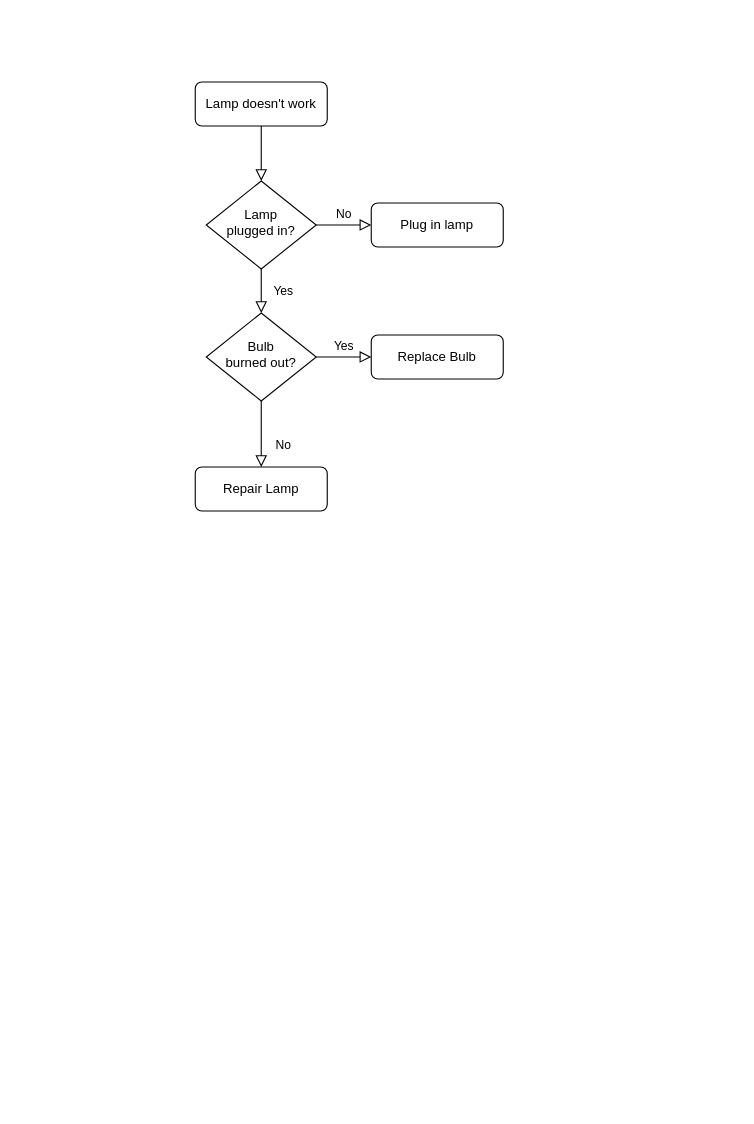
Before: Untitled Diagram.drawio in gianniskok/agricultural-sc, a draw.io diagram. Source tidied: cells renumbered, new cells numbered last; positions are measured from the earlier drawing's top-left corner, leaving out a move shared by most shapes. Both pictures are drawn from the tidied source at 110%, with x=0, y=0 at pixel (195, 81).
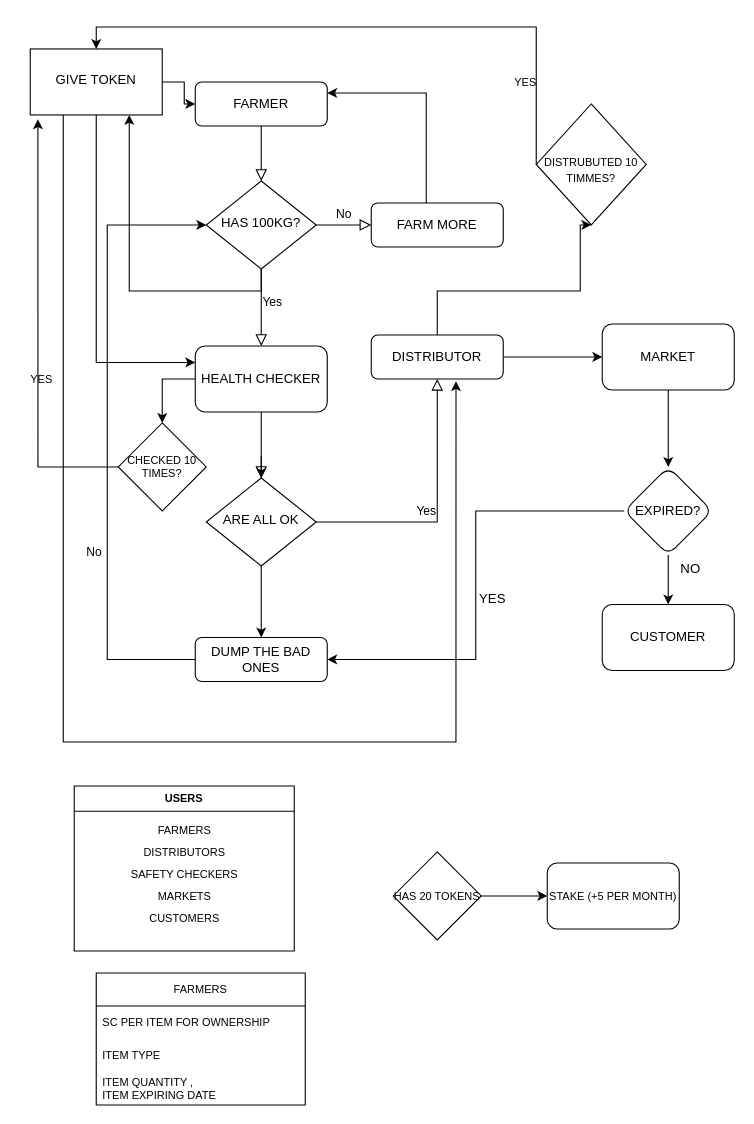
The same diagram, later.

Diff of the diagram source:
```diff
@@
-    <mxCell id="3" value="Lamp doesn't work" style="rounded=1;whiteSpace=wrap;html=1;fontSize=12;glass=0;strokeWidth=1;shadow=0;" parent="1" vertex="1">
+    <mxCell id="3" value="FARMER" style="rounded=1;whiteSpace=wrap;html=1;fontSize=12;glass=0;strokeWidth=1;shadow=0;" parent="1" vertex="1">
       <mxGeometry width="120" height="40" as="geometry" />
     </mxCell>
-    <mxCell id="4" value="Yes" style="rounded=0;html=1;jettySize=auto;fontSize=11;endArrow=block;endFill=0;endSize=8;strokeWidth=1;shadow=0;labelBackgroundColor=none;edgeStyle=orthogonalEdgeStyle;" parent="1" edge="1" source="6" target="10">
-      <mxGeometry y="20" relative="1" as="geometry" />
+    <mxCell id="4" value="Yes" style="rounded=0;html=1;jettySize=auto;fontSize=11;endArrow=block;endFill=0;endSize=8;strokeWidth=1;shadow=0;labelBackgroundColor=none;edgeStyle=orthogonalEdgeStyle;" parent="1" edge="1" source="6">
+      <mxGeometry x="-0.14" y="10" relative="1" as="geometry">
+        <mxPoint x="60" y="240" as="targetPoint" />
+        <Array as="points">
+          <mxPoint x="60" y="200" />
+          <mxPoint x="60" y="200" />
+        </Array>
+      </mxGeometry>
     </mxCell>
@@
+    <mxCell id="13" style="edgeStyle=orthogonalEdgeStyle;rounded=0;jettySize=auto;html=1;" parent="1" edge="1" source="6" target="33">
+      <mxGeometry relative="1" as="geometry">
+        <Array as="points">
+          <mxPoint x="60" y="190" />
+          <mxPoint x="-60" y="190" />
+        </Array>
+      </mxGeometry>
+    </mxCell>
-    <mxCell id="6" value="Lamp&lt;br&gt;plugged in?" style="rhombus;whiteSpace=wrap;html=1;shadow=0;fontFamily=Helvetica;fontSize=12;align=center;strokeWidth=1;spacing=6;spacingTop=-4;" parent="1" vertex="1">
+    <mxCell id="6" value="HAS 100KG?" style="rhombus;whiteSpace=wrap;html=1;shadow=0;fontFamily=Helvetica;fontSize=12;align=center;strokeWidth=1;spacing=6;spacingTop=-4;" parent="1" vertex="1">
       <mxGeometry x="10" y="90" width="100" height="80" as="geometry" />
     </mxCell>
+    <mxCell id="14" style="edgeStyle=orthogonalEdgeStyle;rounded=0;jettySize=auto;html=1;entryX=1;entryY=0.25;entryDx=0;entryDy=0;" parent="1" edge="1" source="7" target="3">
+      <mxGeometry relative="1" as="geometry">
+        <Array as="points">
+          <mxPoint x="210" y="10" />
+        </Array>
+      </mxGeometry>
+    </mxCell>
-    <mxCell id="7" value="Plug in lamp" style="rounded=1;whiteSpace=wrap;html=1;fontSize=12;glass=0;strokeWidth=1;shadow=0;" parent="1" vertex="1">
+    <mxCell id="7" value="FARM MORE" style="rounded=1;whiteSpace=wrap;html=1;fontSize=12;glass=0;strokeWidth=1;shadow=0;" parent="1" vertex="1">
       <mxGeometry x="160" y="110" width="120" height="40" as="geometry" />
     </mxCell>
-    <mxCell id="8" value="No" style="rounded=0;html=1;jettySize=auto;fontSize=11;endArrow=block;endFill=0;endSize=8;strokeWidth=1;shadow=0;labelBackgroundColor=none;edgeStyle=orthogonalEdgeStyle;" parent="1" edge="1" source="10" target="11">
-      <mxGeometry x="0.33" y="20" relative="1" as="geometry" />
+    <mxCell id="8" value="No" style="rounded=0;html=1;jettySize=auto;fontSize=11;endArrow=block;endFill=0;endSize=8;strokeWidth=1;shadow=0;labelBackgroundColor=none;edgeStyle=orthogonalEdgeStyle;" parent="1" edge="1" source="10">
+      <mxGeometry x="0.5" y="-81" relative="1" as="geometry">
+        <mxPoint x="60" y="360" as="targetPoint" />
+        <mxPoint x="-71" y="80" as="offset" />
+      </mxGeometry>
     </mxCell>
@@
+    <mxCell id="15" style="edgeStyle=orthogonalEdgeStyle;rounded=0;jettySize=auto;html=1;entryX=0.5;entryY=0;entryDx=0;entryDy=0;" parent="1" edge="1" source="10" target="11">
+      <mxGeometry relative="1" as="geometry" />
+    </mxCell>
-    <mxCell id="10" value="Bulb&lt;br&gt;burned out?" style="rhombus;whiteSpace=wrap;html=1;shadow=0;fontFamily=Helvetica;fontSize=12;align=center;strokeWidth=1;spacing=6;spacingTop=-4;" parent="1" vertex="1">
-      <mxGeometry x="10" y="210" width="100" height="80" as="geometry" />
+    <mxCell id="10" value="ARE ALL OK" style="rhombus;whiteSpace=wrap;html=1;shadow=0;fontFamily=Helvetica;fontSize=12;align=center;strokeWidth=1;spacing=6;spacingTop=-4;" parent="1" vertex="1">
+      <mxGeometry x="10" y="360" width="100" height="80" as="geometry" />
     </mxCell>
+    <mxCell id="16" style="edgeStyle=orthogonalEdgeStyle;rounded=0;jettySize=auto;html=1;entryX=0;entryY=0.5;entryDx=0;entryDy=0;" parent="1" edge="1" source="11" target="6">
+      <mxGeometry relative="1" as="geometry">
+        <Array as="points">
+          <mxPoint x="-80" y="525" />
+          <mxPoint x="-80" y="130" />
+        </Array>
+      </mxGeometry>
+    </mxCell>
-    <mxCell id="11" value="Repair Lamp" style="rounded=1;whiteSpace=wrap;html=1;fontSize=12;glass=0;strokeWidth=1;shadow=0;" parent="1" vertex="1">
-      <mxGeometry y="350" width="120" height="40" as="geometry" />
+    <mxCell id="11" value="DUMP THE BAD ONES" style="rounded=1;whiteSpace=wrap;html=1;fontSize=12;glass=0;strokeWidth=1;shadow=0;" parent="1" vertex="1">
+      <mxGeometry y="505" width="120" height="40" as="geometry" />
     </mxCell>
+    <mxCell id="17" style="edgeStyle=orthogonalEdgeStyle;rounded=0;jettySize=auto;html=1;" parent="1" edge="1" source="12" target="23">
+      <mxGeometry relative="1" as="geometry" />
+    </mxCell>
+    <mxCell id="18" style="edgeStyle=orthogonalEdgeStyle;rounded=0;jettySize=auto;html=1;fontSize=10;entryX=0.5;entryY=1;entryDx=0;entryDy=0;" parent="1" edge="1" source="12" target="35">
+      <mxGeometry relative="1" as="geometry">
+        <Array as="points">
+          <mxPoint x="220" y="190" />
+          <mxPoint x="350" y="190" />
+        </Array>
+      </mxGeometry>
+    </mxCell>
-    <mxCell id="12" value="Replace Bulb" style="rounded=1;whiteSpace=wrap;html=1;fontSize=12;glass=0;strokeWidth=1;shadow=0;" parent="1" vertex="1">
+    <mxCell id="12" value="DISTRIBUTOR" style="rounded=1;whiteSpace=wrap;html=1;fontSize=12;glass=0;strokeWidth=1;shadow=0;" parent="1" vertex="1">
       <mxGeometry x="160" y="230" width="120" height="40" as="geometry" />
     </mxCell>
+    <mxCell id="19" style="edgeStyle=orthogonalEdgeStyle;rounded=0;jettySize=auto;html=1;exitX=0.5;exitY=1;exitDx=0;exitDy=0;" parent="1" edge="1" source="21">
+      <mxGeometry relative="1" as="geometry">
+        <mxPoint x="60" y="360" as="targetPoint" />
+      </mxGeometry>
+    </mxCell>
+    <mxCell id="20" style="edgeStyle=orthogonalEdgeStyle;rounded=0;jettySize=auto;html=1;exitX=0;exitY=0.5;exitDx=0;exitDy=0;entryX=0.5;entryY=0;entryDx=0;entryDy=0;fontSize=10;" parent="1" edge="1" source="21" target="38">
+      <mxGeometry relative="1" as="geometry" />
+    </mxCell>
+    <mxCell id="21" value="HEALTH CHECKER" style="rounded=1;whiteSpace=wrap;html=1;" parent="1" vertex="1">
+      <mxGeometry y="240" width="120" height="60" as="geometry" />
+    </mxCell>
+    <mxCell id="22" style="edgeStyle=orthogonalEdgeStyle;rounded=0;jettySize=auto;html=1;" parent="1" edge="1" source="23" target="27">
+      <mxGeometry relative="1" as="geometry" />
+    </mxCell>
+    <mxCell id="23" value="MARKET" style="rounded=1;whiteSpace=wrap;html=1;" parent="1" vertex="1">
+      <mxGeometry x="370" y="220" width="120" height="60" as="geometry" />
+    </mxCell>
+    <mxCell id="24" value="CUSTOMER" style="rounded=1;whiteSpace=wrap;html=1;" parent="1" vertex="1">
+      <mxGeometry x="370" y="475" width="120" height="60" as="geometry" />
+    </mxCell>
+    <mxCell id="25" style="edgeStyle=orthogonalEdgeStyle;rounded=0;jettySize=auto;html=1;" parent="1" edge="1" source="27" target="24">
+      <mxGeometry relative="1" as="geometry" />
+    </mxCell>
+    <mxCell id="26" style="edgeStyle=orthogonalEdgeStyle;rounded=0;jettySize=auto;html=1;entryX=1;entryY=0.5;entryDx=0;entryDy=0;" parent="1" edge="1" source="27" target="11">
+      <mxGeometry relative="1" as="geometry" />
+    </mxCell>
+    <mxCell id="27" value="EXPIRED?" style="rhombus;whiteSpace=wrap;html=1;rounded=1;" parent="1" vertex="1">
+      <mxGeometry x="390" y="350" width="80" height="80" as="geometry" />
+    </mxCell>
+    <mxCell id="28" value="&lt;div&gt;NO&lt;/div&gt;&lt;div&gt;&lt;br&gt;&lt;/div&gt;" style="text;html=1;align=center;verticalAlign=middle;strokeColor=none;fillColor=none;" parent="1" vertex="1">
+      <mxGeometry x="435" y="435" width="30" height="30" as="geometry" />
+    </mxCell>
+    <mxCell id="29" value="YES" style="text;html=1;align=center;verticalAlign=middle;strokeColor=none;fillColor=none;" parent="1" vertex="1">
+      <mxGeometry x="250" y="460" width="40" height="20" as="geometry" />
+    </mxCell>
+    <mxCell id="30" style="edgeStyle=orthogonalEdgeStyle;rounded=0;jettySize=auto;html=1;" parent="1" edge="1" source="33" target="3">
+      <mxGeometry relative="1" as="geometry" />
+    </mxCell>
+    <mxCell id="31" style="edgeStyle=orthogonalEdgeStyle;rounded=0;jettySize=auto;html=1;exitX=0.25;exitY=1;exitDx=0;exitDy=0;fontSize=10;entryX=0.642;entryY=1.05;entryDx=0;entryDy=0;entryPerimeter=0;" parent="1" edge="1" source="33" target="12">
+      <mxGeometry relative="1" as="geometry">
+        <Array as="points">
+          <mxPoint x="-120" y="600" />
+          <mxPoint x="237" y="600" />
+        </Array>
+      </mxGeometry>
+    </mxCell>
+    <mxCell id="32" style="edgeStyle=orthogonalEdgeStyle;rounded=0;jettySize=auto;html=1;exitX=0.5;exitY=1;exitDx=0;exitDy=0;entryX=0;entryY=0.25;entryDx=0;entryDy=0;fontSize=10;" parent="1" edge="1" source="33" target="21">
+      <mxGeometry relative="1" as="geometry" />
+    </mxCell>
+    <mxCell id="33" value="GIVE TOKEN" style="whiteSpace=wrap;html=1;shadow=0;strokeWidth=1;spacing=6;spacingTop=-4;" parent="1" vertex="1">
+      <mxGeometry x="-150" y="-30" width="120" height="60" as="geometry" />
+    </mxCell>
+    <mxCell id="34" style="edgeStyle=orthogonalEdgeStyle;rounded=0;jettySize=auto;html=1;exitX=0;exitY=0.5;exitDx=0;exitDy=0;fontSize=10;entryX=0.5;entryY=0;entryDx=0;entryDy=0;" parent="1" edge="1" source="35" target="33">
+      <mxGeometry relative="1" as="geometry">
+        <Array as="points">
+          <mxPoint x="310" y="-50" />
+          <mxPoint x="-90" y="-50" />
+        </Array>
+      </mxGeometry>
+    </mxCell>
+    <mxCell id="35" value="&lt;div&gt;&lt;font style=&quot;font-size: 10px&quot;&gt;&lt;br&gt;&lt;/font&gt;&lt;/div&gt;&lt;div&gt;&lt;font style=&quot;font-size: 10px&quot;&gt;&lt;br&gt;&lt;/font&gt;&lt;/div&gt;&lt;div&gt;&lt;font style=&quot;font-size: 10px&quot;&gt;DISTRUBUTED 10 TIMMES?&lt;/font&gt;&lt;/div&gt;&lt;div&gt;&lt;font size=&quot;3&quot;&gt;&lt;br&gt;&lt;/font&gt;&lt;/div&gt;" style="rhombus;whiteSpace=wrap;html=1;" parent="1" vertex="1">
+      <mxGeometry x="310" y="20" width="100" height="110" as="geometry" />
+    </mxCell>
+    <mxCell id="36" value="&lt;div&gt;YES&lt;/div&gt;" style="text;html=1;align=center;verticalAlign=middle;strokeColor=none;fillColor=none;fontSize=10;" parent="1" vertex="1">
+      <mxGeometry x="280" y="-10" width="40" height="20" as="geometry" />
+    </mxCell>
+    <mxCell id="37" style="edgeStyle=orthogonalEdgeStyle;rounded=0;jettySize=auto;html=1;exitX=0;exitY=0.5;exitDx=0;exitDy=0;entryX=0.058;entryY=1.067;entryDx=0;entryDy=0;entryPerimeter=0;fontSize=10;" parent="1" edge="1" source="38" target="33">
+      <mxGeometry relative="1" as="geometry" />
+    </mxCell>
+    <mxCell id="38" value="&lt;div&gt;CHECKED 10 TIMES?&lt;/div&gt;" style="rhombus;whiteSpace=wrap;html=1;fontSize=10;" parent="1" vertex="1">
+      <mxGeometry x="-70" y="310" width="80" height="80" as="geometry" />
+    </mxCell>
+    <mxCell id="39" value="&lt;div&gt;YES&lt;/div&gt;" style="text;html=1;align=center;verticalAlign=middle;strokeColor=none;fillColor=none;fontSize=10;" parent="1" vertex="1">
+      <mxGeometry x="-160" y="260" width="40" height="20" as="geometry" />
+    </mxCell>
+    <mxCell id="40" style="edgeStyle=orthogonalEdgeStyle;rounded=0;jettySize=auto;html=1;exitX=1;exitY=0.5;exitDx=0;exitDy=0;entryX=0;entryY=0.5;entryDx=0;entryDy=0;fontSize=10;" parent="1" edge="1" source="41" target="42">
+      <mxGeometry relative="1" as="geometry" />
+    </mxCell>
+    <mxCell id="41" value="HAS 20 TOKENS" style="rhombus;whiteSpace=wrap;html=1;fontSize=10;" parent="1" vertex="1">
+      <mxGeometry x="180" y="700" width="80" height="80" as="geometry" />
+    </mxCell>
+    <mxCell id="42" value="STAKE (+5 PER MONTH)" style="rounded=1;whiteSpace=wrap;html=1;fontSize=10;" parent="1" vertex="1">
+      <mxGeometry x="320" y="710" width="120" height="60" as="geometry" />
+    </mxCell>
+    <mxCell id="43" value="USERS" style="swimlane;fontSize=10;" parent="1" vertex="1">
+      <mxGeometry x="-110" y="640" width="200" height="150" as="geometry" />
+    </mxCell>
+    <mxCell id="44" value="FARMERS" style="text;html=1;align=center;verticalAlign=middle;strokeColor=none;fillColor=none;fontSize=10;" parent="43" vertex="1">
+      <mxGeometry x="70" y="30" width="60" height="20" as="geometry" />
+    </mxCell>
+    <mxCell id="45" value="DISTRIBUTORS" style="text;html=1;align=center;verticalAlign=middle;strokeColor=none;fillColor=none;fontSize=10;" parent="43" vertex="1">
+      <mxGeometry x="55" y="50" width="90" height="20" as="geometry" />
+    </mxCell>
+    <mxCell id="46" value="SAFETY CHECKERS" style="text;html=1;align=center;verticalAlign=middle;strokeColor=none;fillColor=none;fontSize=10;" parent="43" vertex="1">
+      <mxGeometry x="40" y="70" width="120" height="20" as="geometry" />
+    </mxCell>
+    <mxCell id="47" value="MARKETS" style="text;html=1;align=center;verticalAlign=middle;strokeColor=none;fillColor=none;fontSize=10;" parent="43" vertex="1">
+      <mxGeometry x="65" y="90" width="70" height="20" as="geometry" />
+    </mxCell>
+    <mxCell id="48" value="CUSTOMERS" style="text;html=1;align=center;verticalAlign=middle;strokeColor=none;fillColor=none;fontSize=10;" parent="43" vertex="1">
+      <mxGeometry x="60" y="110" width="80" height="20" as="geometry" />
+    </mxCell>
+    <mxCell id="49" value="FARMERS" style="swimlane;fontStyle=0;horizontal=1;startSize=30;fontSize=10;" parent="1" vertex="1">
+      <mxGeometry x="-90" y="810" width="190" height="120" as="geometry" />
+    </mxCell>
+    <mxCell id="50" value="SC PER ITEM FOR OWNERSHIP" style="text;strokeColor=none;fillColor=none;align=left;verticalAlign=middle;spacingLeft=4;spacingRight=4;overflow=hidden;fontSize=10;" parent="49" vertex="1">
+      <mxGeometry y="30" width="190" height="30" as="geometry" />
+    </mxCell>
+    <mxCell id="51" value="ITEM TYPE" style="text;strokeColor=none;fillColor=none;align=left;verticalAlign=middle;spacingLeft=4;spacingRight=4;overflow=hidden;fontSize=10;" parent="49" vertex="1">
+      <mxGeometry y="60" width="190" height="30" as="geometry" />
+    </mxCell>
+    <mxCell id="52" value="ITEM QUANTITY ,&#10; ITEM EXPIRING DATE" style="text;strokeColor=none;fillColor=none;align=left;verticalAlign=middle;spacingLeft=4;spacingRight=4;overflow=hidden;fontSize=10;" parent="49" vertex="1">
+      <mxGeometry y="90" width="190" height="30" as="geometry" />
+    </mxCell>
```
